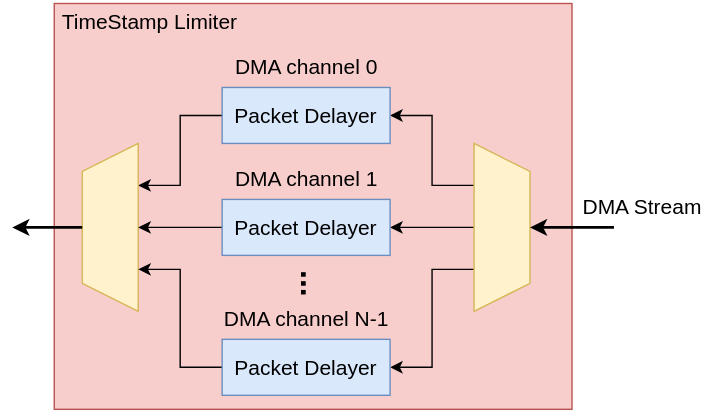
This is comp/mfb_tools/flow/timestamp_limiter/img/timestamp_limiter_diagram.drawio.svg from CESNET/ofm, a draw.io export, as it was before one commit. Source tidied: cells renumbered, new cells last; positions are measured from the earlier drawing's top-left corner, leaving out a move shared by most shapes. Its diagram source:
```xml
<mxGraphModel>
  <root>
    <mxCell id="0" />
    <mxCell id="1" parent="0" />
    <mxCell id="2" style="rounded=0;whiteSpace=wrap;html=1;fillColor=#f8cecc;strokeColor=#b85450;" parent="1" vertex="1">
      <mxGeometry x="30" y="2" width="370" height="290" as="geometry" />
    </mxCell>
    <mxCell id="3" style="edgeStyle=orthogonalEdgeStyle;rounded=0;jettySize=auto;html=1;exitX=0.25;exitY=1;exitDx=0;exitDy=0;entryX=1;entryY=0.5;entryDx=0;entryDy=0;" parent="1" edge="1" source="6" target="8">
      <mxGeometry relative="1" as="geometry" />
    </mxCell>
    <mxCell id="4" style="edgeStyle=orthogonalEdgeStyle;rounded=0;jettySize=auto;html=1;entryX=1;entryY=0.5;entryDx=0;entryDy=0;" parent="1" edge="1" source="6" target="14">
      <mxGeometry relative="1" as="geometry" />
    </mxCell>
    <mxCell id="5" style="edgeStyle=orthogonalEdgeStyle;rounded=0;jettySize=auto;html=1;exitX=0.75;exitY=1;exitDx=0;exitDy=0;entryX=1;entryY=0.5;entryDx=0;entryDy=0;" parent="1" edge="1" source="6" target="17">
      <mxGeometry relative="1" as="geometry" />
    </mxCell>
    <mxCell id="6" style="shape=trapezoid;perimeter=trapezoidPerimeter;whiteSpace=wrap;html=1;fixedSize=1;rotation=90;size=20;fillColor=#fff2cc;strokeColor=#d6b656;" parent="1" vertex="1">
      <mxGeometry x="290" y="142" width="120" height="40" as="geometry" />
    </mxCell>
    <mxCell id="7" style="edgeStyle=orthogonalEdgeStyle;rounded=0;jettySize=auto;html=1;entryX=0.25;entryY=0;entryDx=0;entryDy=0;" parent="1" edge="1" source="8" target="10">
      <mxGeometry relative="1" as="geometry" />
    </mxCell>
    <mxCell id="8" value="Packet Delayer" style="rounded=0;whiteSpace=wrap;html=1;fontSize=15;fillColor=#dae8fc;strokeColor=#6c8ebf;" parent="1" vertex="1">
      <mxGeometry x="150" y="62" width="120" height="40" as="geometry" />
    </mxCell>
    <mxCell id="9" value="DMA channel 0" style="text;html=1;align=center;verticalAlign=middle;strokeColor=none;fillColor=none;fontSize=15;" parent="1" vertex="1">
      <mxGeometry x="145" y="32" width="130" height="30" as="geometry" />
    </mxCell>
    <mxCell id="10" style="shape=trapezoid;perimeter=trapezoidPerimeter;whiteSpace=wrap;html=1;fixedSize=1;rotation=90;size=20;flipH=0;flipV=1;fillColor=#fff2cc;strokeColor=#d6b656;" parent="1" vertex="1">
      <mxGeometry x="10" y="142" width="120" height="40" as="geometry" />
    </mxCell>
    <mxCell id="11" style="endArrow=classic;html=1;rounded=0;entryX=0.5;entryY=0;entryDx=0;entryDy=0;strokeWidth=2;" parent="1" edge="1" target="6">
      <mxGeometry relative="1" as="geometry">
        <mxPoint x="430" y="162" as="sourcePoint" />
      </mxGeometry>
    </mxCell>
    <mxCell id="12" style="endArrow=classic;html=1;rounded=0;strokeWidth=2;exitX=0.5;exitY=1;exitDx=0;exitDy=0;" parent="1" edge="1" source="10">
      <mxGeometry relative="1" as="geometry">
        <mxPoint y="162" as="targetPoint" />
      </mxGeometry>
    </mxCell>
    <mxCell id="13" style="edgeStyle=orthogonalEdgeStyle;rounded=0;jettySize=auto;html=1;entryX=0.5;entryY=0;entryDx=0;entryDy=0;" parent="1" edge="1" source="14" target="10">
      <mxGeometry relative="1" as="geometry" />
    </mxCell>
    <mxCell id="14" value="Packet Delayer" style="rounded=0;whiteSpace=wrap;html=1;fontSize=15;fillColor=#dae8fc;strokeColor=#6c8ebf;" parent="1" vertex="1">
      <mxGeometry x="150" y="142" width="120" height="40" as="geometry" />
    </mxCell>
    <mxCell id="15" value="DMA channel 1" style="text;html=1;align=center;verticalAlign=middle;strokeColor=none;fillColor=none;fontSize=15;" parent="1" vertex="1">
      <mxGeometry x="145" y="112" width="130" height="30" as="geometry" />
    </mxCell>
    <mxCell id="16" style="edgeStyle=orthogonalEdgeStyle;rounded=0;jettySize=auto;html=1;entryX=0.75;entryY=0;entryDx=0;entryDy=0;" parent="1" edge="1" source="17" target="10">
      <mxGeometry relative="1" as="geometry" />
    </mxCell>
    <mxCell id="17" value="Packet Delayer" style="rounded=0;whiteSpace=wrap;html=1;fontSize=15;fillColor=#dae8fc;strokeColor=#6c8ebf;" parent="1" vertex="1">
      <mxGeometry x="150" y="242" width="120" height="40" as="geometry" />
    </mxCell>
    <mxCell id="18" value="DMA channel N-1" style="text;html=1;align=center;verticalAlign=middle;strokeColor=none;fillColor=none;fontSize=15;" parent="1" vertex="1">
      <mxGeometry x="140" y="212" width="140" height="30" as="geometry" />
    </mxCell>
    <mxCell id="19" value="&lt;span style=&quot;font-size: 23px;&quot;&gt;...&lt;/span&gt;" style="text;html=1;align=center;verticalAlign=middle;strokeColor=none;fillColor=none;rotation=90;fontSize=23;fontStyle=1;" parent="1" vertex="1">
      <mxGeometry x="195" y="182" width="40" height="40" as="geometry" />
    </mxCell>
    <mxCell id="20" value="DMA Stream" style="text;html=1;align=center;verticalAlign=middle;strokeColor=none;fillColor=none;fontSize=15;" parent="1" vertex="1">
      <mxGeometry x="395" y="132" width="110" height="30" as="geometry" />
    </mxCell>
    <mxCell id="21" value="TimeStamp Limiter" style="text;html=1;align=center;verticalAlign=middle;strokeColor=none;fillColor=none;fontSize=15;" parent="1" vertex="1">
      <mxGeometry x="23" width="150" height="30" as="geometry" />
    </mxCell>
  </root>
</mxGraphModel>
```
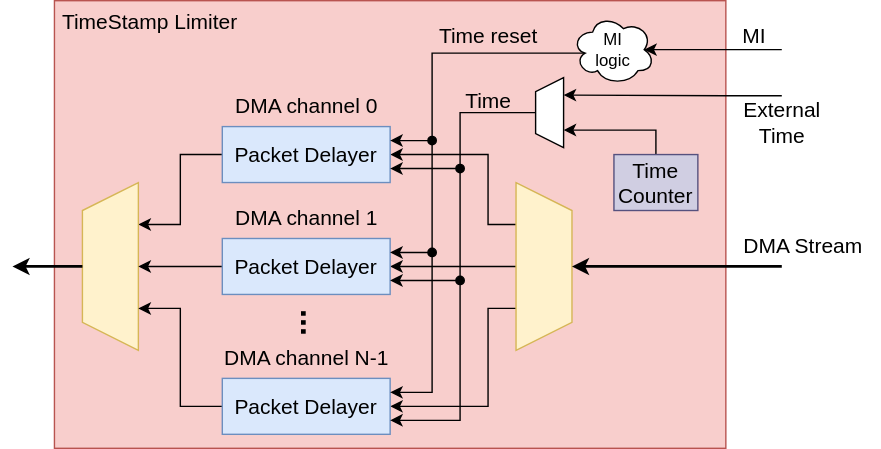
Later version of the same file.

Commit message:
MFB Timestamp Limiter [DOC]: update documentation and diagram due to recent changes

Change to the diagram source:
```diff
@@ -3,19 +3,29 @@
     <mxCell id="0" />
     <mxCell id="1" parent="0" />
     <mxCell id="2" style="rounded=0;whiteSpace=wrap;html=1;fillColor=#f8cecc;strokeColor=#b85450;" parent="1" vertex="1">
-      <mxGeometry x="30" y="2" width="370" height="290" as="geometry" />
+      <mxGeometry x="30" y="-28" width="480" height="320" as="geometry" />
     </mxCell>
     <mxCell id="3" style="edgeStyle=orthogonalEdgeStyle;rounded=0;jettySize=auto;html=1;exitX=0.25;exitY=1;exitDx=0;exitDy=0;entryX=1;entryY=0.5;entryDx=0;entryDy=0;" parent="1" edge="1" source="6" target="8">
-      <mxGeometry relative="1" as="geometry" />
+      <mxGeometry relative="1" as="geometry">
+        <Array as="points">
+          <mxPoint x="340" y="132" />
+          <mxPoint x="340" y="82" />
+        </Array>
+      </mxGeometry>
     </mxCell>
     <mxCell id="4" style="edgeStyle=orthogonalEdgeStyle;rounded=0;jettySize=auto;html=1;entryX=1;entryY=0.5;entryDx=0;entryDy=0;" parent="1" edge="1" source="6" target="14">
       <mxGeometry relative="1" as="geometry" />
     </mxCell>
     <mxCell id="5" style="edgeStyle=orthogonalEdgeStyle;rounded=0;jettySize=auto;html=1;exitX=0.75;exitY=1;exitDx=0;exitDy=0;entryX=1;entryY=0.5;entryDx=0;entryDy=0;" parent="1" edge="1" source="6" target="17">
-      <mxGeometry relative="1" as="geometry" />
+      <mxGeometry relative="1" as="geometry">
+        <Array as="points">
+          <mxPoint x="340" y="192" />
+          <mxPoint x="340" y="262" />
+        </Array>
+      </mxGeometry>
     </mxCell>
     <mxCell id="6" style="shape=trapezoid;perimeter=trapezoidPerimeter;whiteSpace=wrap;html=1;fixedSize=1;rotation=90;size=20;fillColor=#fff2cc;strokeColor=#d6b656;" parent="1" vertex="1">
-      <mxGeometry x="290" y="142" width="120" height="40" as="geometry" />
+      <mxGeometry x="320" y="142" width="120" height="40" as="geometry" />
     </mxCell>
     <mxCell id="7" style="edgeStyle=orthogonalEdgeStyle;rounded=0;jettySize=auto;html=1;entryX=0.25;entryY=0;entryDx=0;entryDy=0;" parent="1" edge="1" source="8" target="10">
       <mxGeometry relative="1" as="geometry" />
@@ -31,7 +41,7 @@
     </mxCell>
     <mxCell id="11" style="endArrow=classic;html=1;rounded=0;entryX=0.5;entryY=0;entryDx=0;entryDy=0;strokeWidth=2;" parent="1" edge="1" target="6">
       <mxGeometry relative="1" as="geometry">
-        <mxPoint x="430" y="162" as="sourcePoint" />
+        <mxPoint x="550" y="162" as="sourcePoint" />
       </mxGeometry>
     </mxCell>
     <mxCell id="12" style="endArrow=classic;html=1;rounded=0;strokeWidth=2;exitX=0.5;exitY=1;exitDx=0;exitDy=0;" parent="1" edge="1" source="10">
@@ -61,10 +71,99 @@
       <mxGeometry x="195" y="182" width="40" height="40" as="geometry" />
     </mxCell>
     <mxCell id="20" value="DMA Stream" style="text;html=1;align=center;verticalAlign=middle;strokeColor=none;fillColor=none;fontSize=15;" parent="1" vertex="1">
-      <mxGeometry x="395" y="132" width="110" height="30" as="geometry" />
+      <mxGeometry x="510" y="132" width="110" height="30" as="geometry" />
     </mxCell>
     <mxCell id="21" value="TimeStamp Limiter" style="text;html=1;align=center;verticalAlign=middle;strokeColor=none;fillColor=none;fontSize=15;" parent="1" vertex="1">
-      <mxGeometry x="23" width="150" height="30" as="geometry" />
+      <mxGeometry x="23" y="-28" width="150" height="30" as="geometry" />
     </mxCell>
+    <mxCell id="22" style="endArrow=classic;html=1;rounded=0;entryX=0.875;entryY=0.5;entryDx=0;entryDy=0;entryPerimeter=0;" parent="1" edge="1" target="25">
+      <mxGeometry relative="1" as="geometry">
+        <mxPoint x="550" y="7" as="sourcePoint" />
+      </mxGeometry>
+    </mxCell>
+    <mxCell id="23" value="MI" style="text;html=1;align=center;verticalAlign=middle;strokeColor=none;fillColor=none;fontSize=15;" parent="1" vertex="1">
+      <mxGeometry x="510" y="-18" width="40" height="30" as="geometry" />
+    </mxCell>
+    <mxCell id="24" style="edgeStyle=elbowEdgeStyle;rounded=0;jettySize=auto;html=1;entryX=1;entryY=0.25;entryDx=0;entryDy=0;exitX=0.16;exitY=0.55;exitDx=0;exitDy=0;exitPerimeter=0;" parent="1" edge="1" source="25" target="8">
+      <mxGeometry relative="1" as="geometry">
+        <Array as="points">
+          <mxPoint x="300" y="42" />
+        </Array>
+      </mxGeometry>
+    </mxCell>
+    <mxCell id="25" value="MI&lt;br&gt;logic" style="ellipse;shape=cloud;whiteSpace=wrap;html=1;" parent="1" vertex="1">
+      <mxGeometry x="400" y="-18" width="59" height="50" as="geometry" />
+    </mxCell>
+    <mxCell id="26" style="endArrow=classic;html=1;rounded=0;entryX=1;entryY=0.25;entryDx=0;entryDy=0;edgeStyle=elbowEdgeStyle;startArrow=oval;startFill=1;" parent="1" edge="1" target="14">
+      <mxGeometry relative="1" as="geometry">
+        <mxPoint x="300" y="72" as="sourcePoint" />
+        <Array as="points">
+          <mxPoint x="300" y="112" />
+        </Array>
+      </mxGeometry>
+    </mxCell>
+    <mxCell id="27" style="endArrow=classic;html=1;rounded=0;entryX=1;entryY=0.25;entryDx=0;entryDy=0;edgeStyle=elbowEdgeStyle;startArrow=oval;startFill=1;" parent="1" edge="1" target="17">
+      <mxGeometry relative="1" as="geometry">
+        <mxPoint x="300" y="152" as="sourcePoint" />
+        <Array as="points">
+          <mxPoint x="300" y="202" />
+          <mxPoint x="290" y="212" />
+        </Array>
+      </mxGeometry>
+    </mxCell>
+    <mxCell id="28" value="Time reset" style="text;html=1;align=center;verticalAlign=middle;strokeColor=none;fillColor=none;fontSize=15;" parent="1" vertex="1">
+      <mxGeometry x="295" y="-18" width="90" height="30" as="geometry" />
+    </mxCell>
+    <mxCell id="29" style="endArrow=classic;html=1;rounded=0;entryX=1;entryY=0.75;entryDx=0;entryDy=0;exitX=0.5;exitY=1;exitDx=0;exitDy=0;edgeStyle=elbowEdgeStyle;" parent="1" edge="1" source="31" target="8">
+      <mxGeometry relative="1" as="geometry">
+        <Array as="points">
+          <mxPoint x="320" y="72" />
+        </Array>
+      </mxGeometry>
+    </mxCell>
+    <mxCell id="30" style="edgeStyle=orthogonalEdgeStyle;rounded=0;jettySize=auto;html=1;entryX=0.25;entryY=0;entryDx=0;entryDy=0;" parent="1" edge="1" target="31">
+      <mxGeometry relative="1" as="geometry">
+        <mxPoint x="550" y="40" as="sourcePoint" />
+        <Array as="points">
+          <mxPoint x="510" y="40" />
+          <mxPoint x="442" y="40" />
+        </Array>
+      </mxGeometry>
+    </mxCell>
+    <mxCell id="31" style="shape=trapezoid;perimeter=trapezoidPerimeter;whiteSpace=wrap;html=1;fixedSize=1;rotation=90;size=10;flipH=0;flipV=1;" parent="1" vertex="1">
+      <mxGeometry x="359" y="42" width="50" height="20" as="geometry" />
+    </mxCell>
+    <mxCell id="32" style="edgeStyle=elbowEdgeStyle;rounded=0;jettySize=auto;html=1;entryX=0.75;entryY=0;entryDx=0;entryDy=0;exitX=0.5;exitY=0;exitDx=0;exitDy=0;" parent="1" edge="1" source="33" target="31">
+      <mxGeometry relative="1" as="geometry">
+        <Array as="points">
+          <mxPoint x="460" y="72" />
+        </Array>
+      </mxGeometry>
+    </mxCell>
+    <mxCell id="33" value="Time&lt;br&gt;Counter" style="rounded=0;whiteSpace=wrap;html=1;fontSize=15;fillColor=#d0cee2;strokeColor=#56517e;" parent="1" vertex="1">
+      <mxGeometry x="430" y="82" width="60" height="40" as="geometry" />
+    </mxCell>
+    <mxCell id="34" value="External&lt;br&gt;Time" style="text;html=1;align=center;verticalAlign=middle;strokeColor=none;fillColor=none;fontSize=15;" parent="1" vertex="1">
+      <mxGeometry x="510" y="34" width="80" height="50" as="geometry" />
+    </mxCell>
+    <mxCell id="35" style="endArrow=classic;html=1;rounded=0;entryX=1;entryY=0.75;entryDx=0;entryDy=0;edgeStyle=elbowEdgeStyle;startArrow=oval;startFill=1;" parent="1" edge="1" target="14">
+      <mxGeometry relative="1" as="geometry">
+        <mxPoint x="320" y="92" as="sourcePoint" />
+        <Array as="points">
+          <mxPoint x="320" y="172" />
+        </Array>
+      </mxGeometry>
+    </mxCell>
+    <mxCell id="36" style="endArrow=classic;html=1;rounded=0;entryX=1;entryY=0.75;entryDx=0;entryDy=0;edgeStyle=elbowEdgeStyle;startArrow=oval;startFill=1;" parent="1" edge="1" target="17">
+      <mxGeometry relative="1" as="geometry">
+        <mxPoint x="320" y="172" as="sourcePoint" />
+        <Array as="points">
+          <mxPoint x="320" y="272" />
+        </Array>
+      </mxGeometry>
+    </mxCell>
+    <mxCell id="37" value="Time" style="text;html=1;align=center;verticalAlign=middle;strokeColor=none;fillColor=none;fontSize=15;" parent="1" vertex="1">
+      <mxGeometry x="310" y="28" width="60" height="30" as="geometry" />
+    </mxCell>
   </root>
 </mxGraphModel>
```
